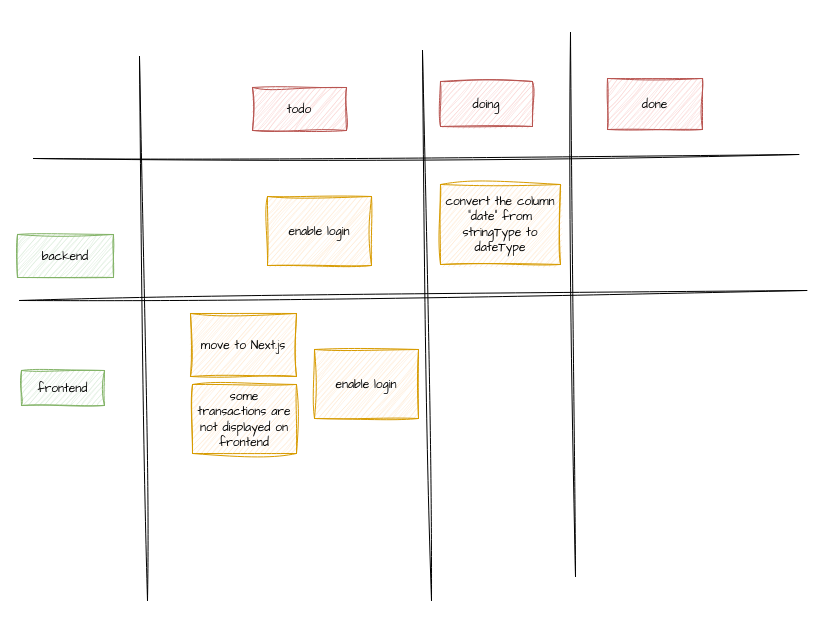
Before: scrum.dio in josueelias9/improving-BCP-organizate, a draw.io diagram. Source tidied: cells renumbered, new cells numbered last; positions are measured from the earlier drawing's top-left corner, leaving out a move shared by most shapes. Both pictures are drawn from the tidied source at 100%, with x=0, y=0 at pixel (17, 32).
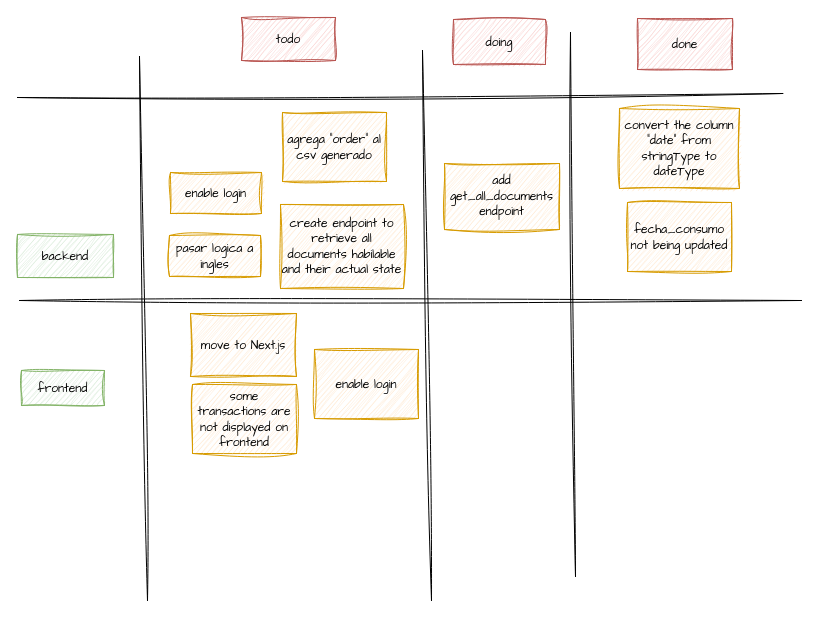
The same page after the edit.

Commit message (it also covers changes not shown here):
feat: add endpoint to retrieve all documents with pagination and update related documentation

Change to the diagram source:
```diff
@@
     <mxCell id="2" value="&lt;font face=&quot;Comic Sans MS&quot;&gt;convert the column &quot;date&quot; from stringType to dateType&lt;/font&gt;" style="rounded=0;whiteSpace=wrap;html=1;shadow=0;sketch=1;curveFitting=1;jiggle=2;fillColor=#ffe6cc;strokeColor=#d79b00;" parent="1" vertex="1">
-      <mxGeometry x="423" y="152" width="120" height="80" as="geometry" />
+      <mxGeometry x="602" y="76" width="120" height="80" as="geometry" />
     </mxCell>
@@
     <mxCell id="6" value="&lt;font face=&quot;Comic Sans MS&quot;&gt;todo&lt;/font&gt;" style="rounded=0;whiteSpace=wrap;html=1;shadow=0;sketch=1;curveFitting=1;jiggle=2;fillColor=#f8cecc;strokeColor=#b85450;" parent="1" vertex="1">
-      <mxGeometry x="235" y="55" width="94" height="43" as="geometry" />
+      <mxGeometry x="224" y="-15" width="94" height="43" as="geometry" />
     </mxCell>
     <mxCell id="7" value="&lt;font face=&quot;Comic Sans MS&quot;&gt;doing&lt;/font&gt;" style="rounded=0;whiteSpace=wrap;html=1;shadow=0;sketch=1;curveFitting=1;jiggle=2;fillColor=#f8cecc;strokeColor=#b85450;" parent="1" vertex="1">
-      <mxGeometry x="423" y="49" width="92" height="45" as="geometry" />
+      <mxGeometry x="436" y="-13" width="92" height="45" as="geometry" />
     </mxCell>
     <mxCell id="8" value="&lt;font face=&quot;Comic Sans MS&quot;&gt;done&lt;/font&gt;" style="rounded=0;whiteSpace=wrap;html=1;shadow=0;sketch=1;curveFitting=1;jiggle=2;fillColor=#f8cecc;strokeColor=#b85450;" parent="1" vertex="1">
-      <mxGeometry x="590" y="46" width="95" height="51" as="geometry" />
+      <mxGeometry x="620" y="-14" width="95" height="51" as="geometry" />
     </mxCell>
@@
     <mxCell id="11" value="&lt;font face=&quot;Comic Sans MS&quot;&gt;enable login&lt;/font&gt;" style="rounded=0;whiteSpace=wrap;html=1;shadow=0;sketch=1;curveFitting=1;jiggle=2;fillColor=#ffe6cc;strokeColor=#d79b00;" parent="1" vertex="1">
-      <mxGeometry x="250" y="164" width="104" height="69" as="geometry" />
+      <mxGeometry x="153" y="140" width="91" height="41" as="geometry" />
     </mxCell>
     <mxCell id="12" style="endArrow=none;html=1;sketch=1;curveFitting=1;jiggle=2;" parent="1" edge="1">
       <mxGeometry relative="1" as="geometry">
-        <mxPoint x="16" y="126" as="sourcePoint" />
-        <mxPoint x="781.3" y="122" as="targetPoint" />
+        <mxPoint y="65" as="sourcePoint" />
+        <mxPoint x="765.3" y="61" as="targetPoint" />
       </mxGeometry>
     </mxCell>
@@
     <mxCell id="16" style="endArrow=none;html=1;sketch=1;curveFitting=1;jiggle=2;" parent="1" edge="1">
       <mxGeometry relative="1" as="geometry">
         <mxPoint x="2" y="268" as="sourcePoint" />
-        <mxPoint x="789.3" y="258" as="targetPoint" />
+        <mxPoint x="784" y="268" as="targetPoint" />
       </mxGeometry>
     </mxCell>
+    <mxCell id="17" value="&lt;font face=&quot;Comic Sans MS&quot;&gt;create endpoint to retrieve all documents habilable and their actual state&lt;/font&gt;" style="rounded=0;whiteSpace=wrap;html=1;shadow=0;sketch=1;curveFitting=1;jiggle=2;fillColor=#ffe6cc;strokeColor=#d79b00;" parent="1" vertex="1">
+      <mxGeometry x="263" y="172" width="123" height="84" as="geometry" />
+    </mxCell>
+    <mxCell id="18" value="&lt;font face=&quot;Comic Sans MS&quot;&gt;pasar logica a ingles&lt;/font&gt;" style="rounded=0;whiteSpace=wrap;html=1;shadow=0;sketch=1;curveFitting=1;jiggle=2;fillColor=#ffe6cc;strokeColor=#d79b00;" parent="1" vertex="1">
+      <mxGeometry x="152" y="203" width="91" height="41" as="geometry" />
+    </mxCell>
+    <mxCell id="19" value="&lt;font face=&quot;Comic Sans MS&quot;&gt;agrega &quot;order&quot; al csv generado&lt;/font&gt;" style="rounded=0;whiteSpace=wrap;html=1;shadow=0;sketch=1;curveFitting=1;jiggle=2;fillColor=#ffe6cc;strokeColor=#d79b00;" parent="1" vertex="1">
+      <mxGeometry x="265" y="80" width="104" height="69" as="geometry" />
+    </mxCell>
+    <mxCell id="20" value="&lt;font face=&quot;Comic Sans MS&quot;&gt;fecha_consumo not being updated&lt;/font&gt;" style="rounded=0;whiteSpace=wrap;html=1;shadow=0;sketch=1;curveFitting=1;jiggle=2;fillColor=#ffe6cc;strokeColor=#d79b00;" parent="1" vertex="1">
+      <mxGeometry x="610" y="170" width="104" height="69" as="geometry" />
+    </mxCell>
+    <mxCell id="21" value="&lt;font face=&quot;Comic Sans MS&quot;&gt;add get_all_documents endpoint&lt;/font&gt;" style="rounded=0;whiteSpace=wrap;html=1;shadow=0;sketch=1;curveFitting=1;jiggle=2;fillColor=#ffe6cc;strokeColor=#d79b00;" parent="1" vertex="1">
+      <mxGeometry x="427" y="131" width="115" height="66" as="geometry" />
+    </mxCell>
```
